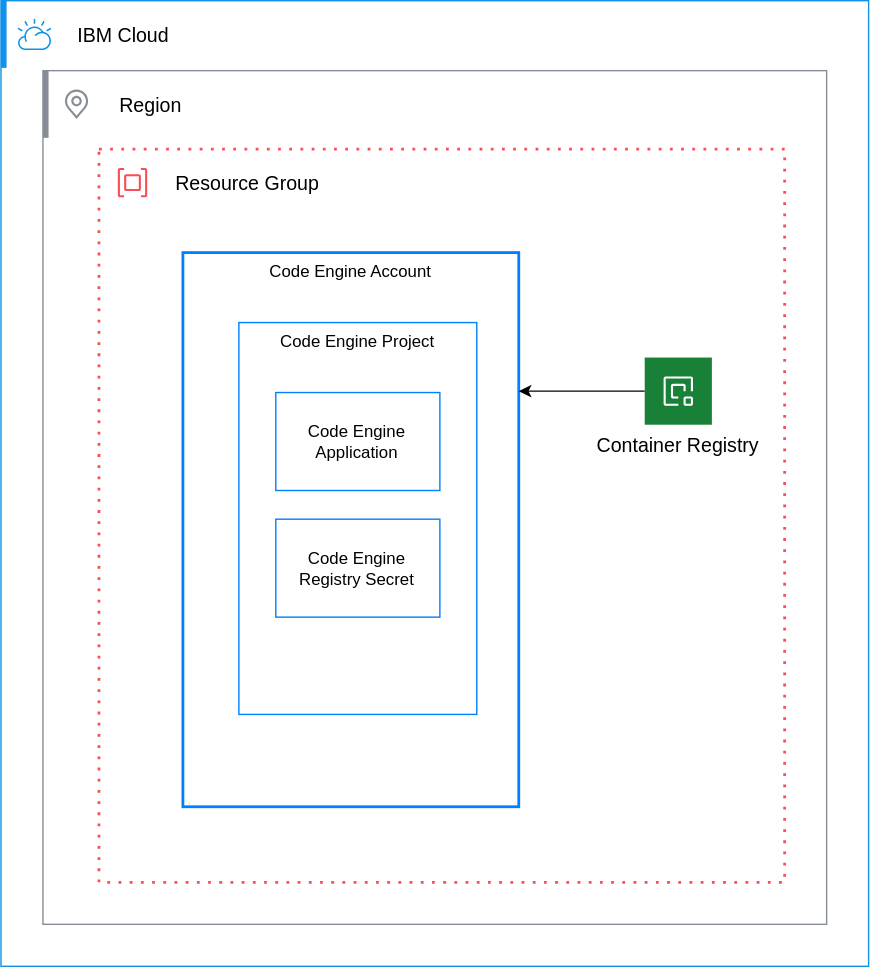
This is reference-architectures/deployment-architecture-quickstart.svg from terraform-ibm-modules/terraform-ibm-landing-zone-code-engine, a draw.io export, as it was before one commit. Source tidied: cells renumbered, new cells last; positions are measured from the earlier drawing's top-left corner, leaving out a move shared by most shapes.
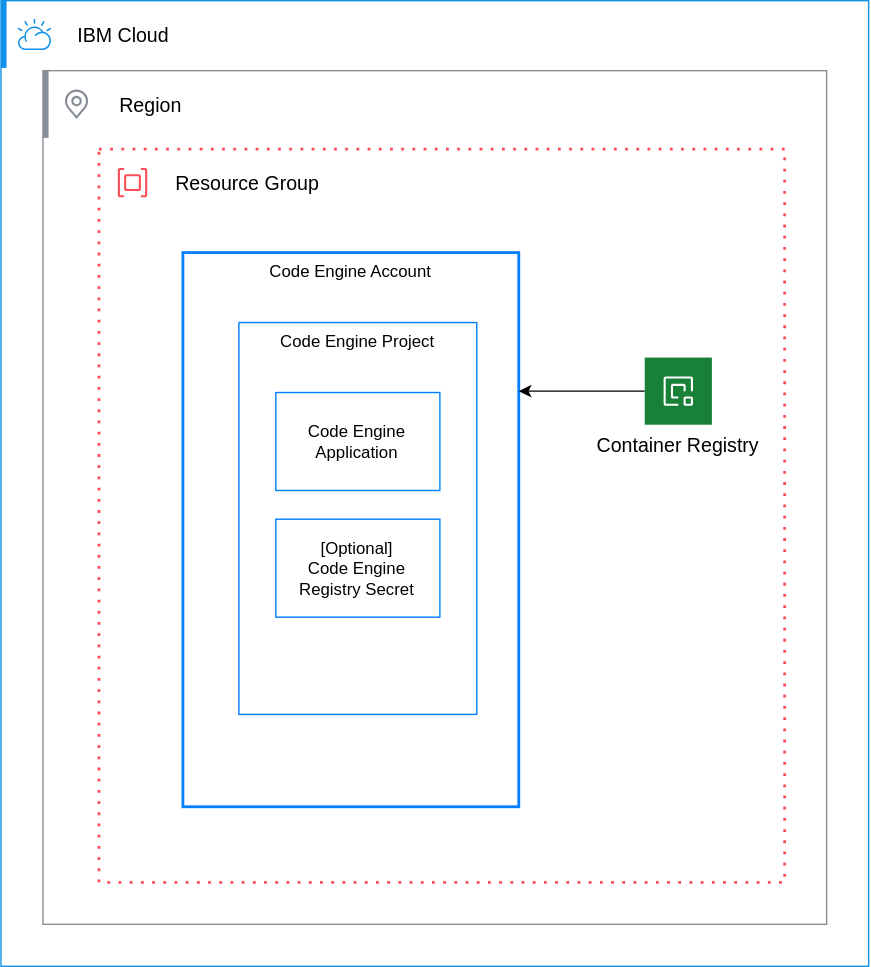
The same file after the commit.

Change to the diagram source:
```diff
@@ -50,7 +50,7 @@
     <mxCell id="15" value="Code Engine&lt;div&gt;Application&lt;/div&gt;" style="html=1;whiteSpace=wrap;strokeColor=#007FFF;fillColor=none;strokeWidth=1;verticalAlign=middle;" parent="14" vertex="1">
       <mxGeometry x="26.4" y="50" width="117.2" height="70" as="geometry" />
     </mxCell>
-    <mxCell id="16" value="Code Engine&lt;div&gt;Registry Secret&lt;/div&gt;" style="html=1;whiteSpace=wrap;strokeColor=#007FFF;fillColor=none;strokeWidth=1;verticalAlign=middle;" parent="14" vertex="1">
+    <mxCell id="16" value="[Optional]&lt;br&gt;Code Engine&lt;div&gt;Registry Secret&lt;/div&gt;" style="html=1;whiteSpace=wrap;strokeColor=#007FFF;fillColor=none;strokeWidth=1;verticalAlign=middle;" parent="14" vertex="1">
       <mxGeometry x="26.4" y="140.5" width="117.2" height="70" as="geometry" />
     </mxCell>
     <mxCell id="17" style="edgeStyle=orthogonalEdgeStyle;rounded=0;jettySize=auto;html=1;entryX=1;entryY=0.25;entryDx=0;entryDy=0;" parent="10" edge="1" source="18" target="13">
```
